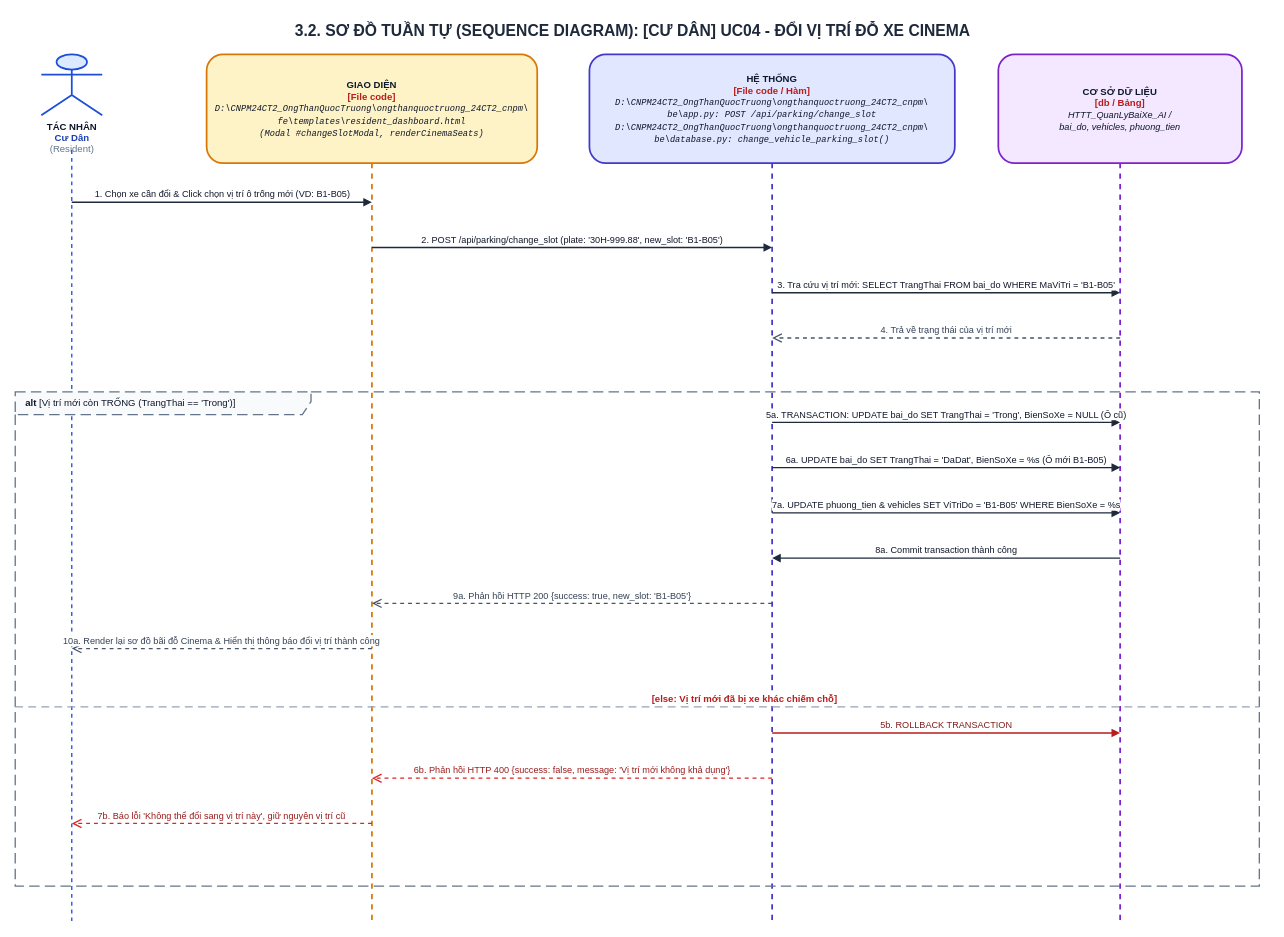
Earlier version of the draw.io diagram ongthanquoctruong_24CT2_cnpm/docs/drawio/uc04_resident_change_slot.drawio (Truong027/CNPM24). Source tidied: cells renumbered, new cells numbered last; positions are measured from the earlier drawing's top-left corner, leaving out a move shared by most shapes. Both pictures are drawn from the tidied source at 87%, with x=0, y=0 at pixel (15, 15).
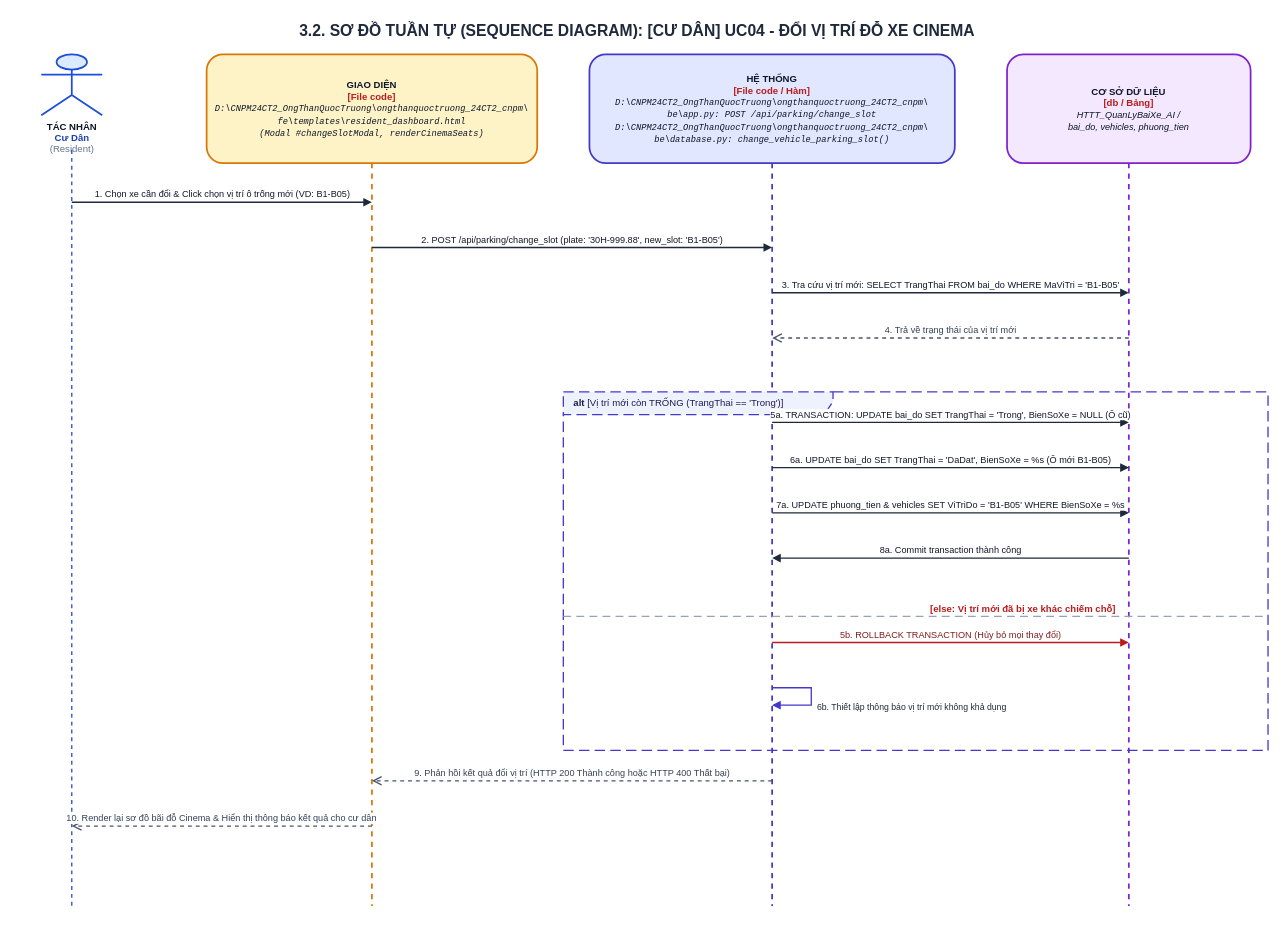
The same diagram, later.

What changed in the source:
```diff
@@
     <mxCell id="2" value="&lt;b&gt;3.2. SƠ ĐỒ TUẦN TỰ (SEQUENCE DIAGRAM): [CƯ DÂN] UC04 - ĐỔI VỊ TRÍ ĐỖ XE CINEMA&lt;/b&gt;" style="text;html=1;strokeColor=none;fillColor=none;align=center;verticalAlign=middle;whiteSpace=wrap;rounded=0;fontSize=18;fontColor=#1E293B;fontStyle=1;" parent="1" vertex="1">
-      <mxGeometry width="1420" height="35" as="geometry" />
+      <mxGeometry width="1430" height="35" as="geometry" />
     </mxCell>
@@
     <mxCell id="4" style="endArrow=none;dashed=1;html=1;strokeWidth=1.5;strokeColor=#1D4ED8;" parent="1" edge="1">
       <mxGeometry relative="1" as="geometry">
         <mxPoint x="65" y="155" as="sourcePoint" />
-        <mxPoint x="65" y="1041" as="targetPoint" />
+        <mxPoint x="65" y="1024" as="targetPoint" />
       </mxGeometry>
     </mxCell>
     <mxCell id="5" value="&lt;b&gt;GIAO DIỆN&lt;/b&gt;&lt;br/&gt;&lt;font color='#B91C1C'&gt;&lt;b&gt;[File code]&lt;/b&gt;&lt;/font&gt;&lt;br/&gt;&lt;font style='font-size: 10px; font-family: Consolas, monospace;'&gt;&lt;i&gt;D:\CNPM24CT2_OngThanQuocTruong\ongthanquoctruong_24CT2_cnpm\&lt;br/&gt;fe\templates\resident_dashboard.html&lt;br/&gt;(Modal #changeSlotModal, renderCinemaSeats)&lt;/i&gt;&lt;/font&gt;" style="shape=umlLifeline;perimeter=lifelinePerimeter;whiteSpace=wrap;html=1;size=125;fillColor=#FEF3C7;strokeColor=#D97706;strokeWidth=2;fontColor=#0F172A;rounded=1;shadow=0;fontSize=11;align=center;" parent="1" vertex="1">
-      <mxGeometry x="220" y="45" width="380" height="996" as="geometry" />
+      <mxGeometry x="220" y="45" width="380" height="979" as="geometry" />
     </mxCell>
     <mxCell id="6" value="&lt;b&gt;HỆ THỐNG&lt;/b&gt;&lt;br/&gt;&lt;font color='#B91C1C'&gt;&lt;b&gt;[File code / Hàm]&lt;/b&gt;&lt;/font&gt;&lt;br/&gt;&lt;font style='font-size: 10px; font-family: Consolas, monospace;'&gt;&lt;i&gt;D:\CNPM24CT2_OngThanQuocTruong\ongthanquoctruong_24CT2_cnpm\&lt;br/&gt;be\app.py: POST /api/parking/change_slot&lt;br/&gt;D:\CNPM24CT2_OngThanQuocTruong\ongthanquoctruong_24CT2_cnpm\&lt;br/&gt;be\database.py: change_vehicle_parking_slot()&lt;/i&gt;&lt;/font&gt;" style="shape=umlLifeline;perimeter=lifelinePerimeter;whiteSpace=wrap;html=1;size=125;fillColor=#E0E7FF;strokeColor=#4338CA;strokeWidth=2;fontColor=#0F172A;rounded=1;shadow=0;fontSize=11;align=center;" parent="1" vertex="1">
-      <mxGeometry x="660" y="45" width="420" height="996" as="geometry" />
+      <mxGeometry x="660" y="45" width="420" height="979" as="geometry" />
     </mxCell>
     <mxCell id="7" value="&lt;b&gt;CƠ SỞ DỮ LIỆU&lt;/b&gt;&lt;br/&gt;&lt;font color='#B91C1C'&gt;&lt;b&gt;[db / Bảng]&lt;/b&gt;&lt;/font&gt;&lt;br/&gt;&lt;font style='font-size: 10.5px;'&gt;&lt;i&gt;HTTT_QuanLyBaiXe_AI /&lt;br/&gt;bai_do, vehicles, phuong_tien&lt;/i&gt;&lt;/font&gt;" style="shape=umlLifeline;perimeter=lifelinePerimeter;whiteSpace=wrap;html=1;size=125;fillColor=#F3E8FF;strokeColor=#7E22CE;strokeWidth=2;fontColor=#0F172A;rounded=1;shadow=0;fontSize=11;align=center;" parent="1" vertex="1">
-      <mxGeometry x="1130" y="45" width="280" height="996" as="geometry" />
+      <mxGeometry x="1140" y="45" width="280" height="979" as="geometry" />
     </mxCell>
@@
     <mxCell id="10" value="3. Tra cứu vị trí mới: SELECT TrangThai FROM bai_do WHERE MaViTri = 'B1-B05'" style="html=1;verticalAlign=bottom;endArrow=block;rounded=0;strokeColor=#1E293B;strokeWidth=1.5;fontColor=#0F172A;fontSize=10.5;" parent="1" edge="1">
       <mxGeometry relative="1" as="geometry">
         <mxPoint x="870" y="319" as="sourcePoint" />
-        <mxPoint x="1270" y="319" as="targetPoint" />
+        <mxPoint x="1280" y="319" as="targetPoint" />
       </mxGeometry>
     </mxCell>
     <mxCell id="11" value="4. Trả về trạng thái của vị trí mới" style="html=1;verticalAlign=bottom;endArrow=open;dashed=1;endSize=8;rounded=0;strokeColor=#475569;strokeWidth=1.5;fontColor=#334155;fontSize=10.5;" parent="1" edge="1">
       <mxGeometry relative="1" as="geometry">
-        <mxPoint x="1270" y="371" as="sourcePoint" />
+        <mxPoint x="1280" y="371" as="sourcePoint" />
         <mxPoint x="870" y="371" as="targetPoint" />
       </mxGeometry>
     </mxCell>
-    <mxCell id="12" value="&lt;b&gt;alt&lt;/b&gt; [Vị trí mới còn TRỐNG (TrangThai == 'Trong')]" style="shape=umlFrame;whiteSpace=wrap;html=1;width=340;height=26;dashed=1;dashPattern=8 4;strokeColor=#64748B;fillColor=#F8FAFC;strokeWidth=1.5;align=left;spacingLeft=10;verticalAlign=top;fontStyle=0;fontSize=11;fontColor=#0F172A;" parent="1" vertex="1">
-      <mxGeometry y="433" width="1430" height="568" as="geometry" />
+    <mxCell id="12" value="&lt;b&gt;alt&lt;/b&gt; [Vị trí mới còn TRỐNG (TrangThai == 'Trong')]" style="shape=umlFrame;whiteSpace=wrap;html=1;width=310;height=26;dashed=1;dashPattern=8 4;strokeColor=#4338CA;fillColor=#EEF2FF;strokeWidth=1.5;align=left;spacingLeft=10;verticalAlign=top;fontStyle=0;fontSize=11;fontColor=#1E1B4B;" parent="1" vertex="1">
+      <mxGeometry x="630" y="433" width="810" height="412" as="geometry" />
     </mxCell>
     <mxCell id="13" value="5a. TRANSACTION: UPDATE bai_do SET TrangThai = 'Trong', BienSoXe = NULL (Ô cũ)" style="html=1;verticalAlign=bottom;endArrow=block;rounded=0;strokeColor=#1E293B;strokeWidth=1.5;fontColor=#0F172A;fontSize=10.5;" parent="1" edge="1">
       <mxGeometry relative="1" as="geometry">
         <mxPoint x="870" y="468" as="sourcePoint" />
-        <mxPoint x="1270" y="468" as="targetPoint" />
+        <mxPoint x="1280" y="468" as="targetPoint" />
       </mxGeometry>
     </mxCell>
     <mxCell id="14" value="6a. UPDATE bai_do SET TrangThai = 'DaDat', BienSoXe = %s (Ô mới B1-B05)" style="html=1;verticalAlign=bottom;endArrow=block;rounded=0;strokeColor=#1E293B;strokeWidth=1.5;fontColor=#0F172A;fontSize=10.5;" parent="1" edge="1">
       <mxGeometry relative="1" as="geometry">
         <mxPoint x="870" y="520" as="sourcePoint" />
-        <mxPoint x="1270" y="520" as="targetPoint" />
+        <mxPoint x="1280" y="520" as="targetPoint" />
       </mxGeometry>
     </mxCell>
     <mxCell id="15" value="7a. UPDATE phuong_tien &amp; vehicles SET ViTriDo = 'B1-B05' WHERE BienSoXe = %s" style="html=1;verticalAlign=bottom;endArrow=block;rounded=0;strokeColor=#1E293B;strokeWidth=1.5;fontColor=#0F172A;fontSize=10.5;" parent="1" edge="1">
       <mxGeometry relative="1" as="geometry">
         <mxPoint x="870" y="572" as="sourcePoint" />
-        <mxPoint x="1270" y="572" as="targetPoint" />
+        <mxPoint x="1280" y="572" as="targetPoint" />
       </mxGeometry>
     </mxCell>
     <mxCell id="16" value="8a. Commit transaction thành công" style="html=1;verticalAlign=bottom;endArrow=block;rounded=0;strokeColor=#1E293B;strokeWidth=1.5;fontColor=#0F172A;fontSize=10.5;" parent="1" edge="1">
       <mxGeometry relative="1" as="geometry">
-        <mxPoint x="1270" y="624" as="sourcePoint" />
+        <mxPoint x="1280" y="624" as="sourcePoint" />
         <mxPoint x="870" y="624" as="targetPoint" />
       </mxGeometry>
     </mxCell>
-    <mxCell id="17" value="9a. Phản hồi HTTP 200 {success: true, new_slot: 'B1-B05'}" style="html=1;verticalAlign=bottom;endArrow=open;dashed=1;endSize=8;rounded=0;strokeColor=#475569;strokeWidth=1.5;fontColor=#334155;fontSize=10.5;" parent="1" edge="1">
-      <mxGeometry relative="1" as="geometry">
-        <mxPoint x="870" y="676" as="sourcePoint" />
-        <mxPoint x="410" y="676" as="targetPoint" />
-      </mxGeometry>
-    </mxCell>
-    <mxCell id="18" value="10a. Render lại sơ đồ bãi đỗ Cinema &amp; Hiển thị thông báo đổi vị trí thành công" style="html=1;verticalAlign=bottom;endArrow=open;dashed=1;endSize=8;rounded=0;strokeColor=#475569;strokeWidth=1.5;fontColor=#334155;fontSize=10.5;" parent="1" edge="1">
-      <mxGeometry relative="1" as="geometry">
-        <mxPoint x="410" y="728" as="sourcePoint" />
-        <mxPoint x="65" y="728" as="targetPoint" />
-      </mxGeometry>
-    </mxCell>
     <mxCell id="19" value="&lt;b&gt;[else: Vị trí mới đã bị xe khác chiếm chỗ]&lt;/b&gt;" style="html=1;strokeWidth=1.5;strokeColor=#94A3B8;dashed=1;dashPattern=6 4;endArrow=none;align=left;verticalAlign=bottom;spacingLeft=15;fontColor=#B91C1C;fontSize=11;fontStyle=0;" parent="1" edge="1">
       <mxGeometry relative="1" as="geometry">
-        <mxPoint y="795" as="sourcePoint" />
-        <mxPoint x="1430" y="795" as="targetPoint" />
+        <mxPoint x="630" y="691" as="sourcePoint" />
+        <mxPoint x="1440" y="691" as="targetPoint" />
       </mxGeometry>
     </mxCell>
-    <mxCell id="20" value="5b. ROLLBACK TRANSACTION" style="html=1;verticalAlign=bottom;endArrow=block;rounded=0;strokeColor=#B91C1C;strokeWidth=1.5;fontColor=#7F1D1D;fontSize=10.5;" parent="1" edge="1">
+    <mxCell id="20" value="5b. ROLLBACK TRANSACTION (Hủy bỏ mọi thay đổi)" style="html=1;verticalAlign=bottom;endArrow=block;rounded=0;strokeColor=#B91C1C;strokeWidth=1.5;fontColor=#7F1D1D;fontSize=10.5;" parent="1" edge="1">
       <mxGeometry relative="1" as="geometry">
-        <mxPoint x="870" y="825" as="sourcePoint" />
-        <mxPoint x="1270" y="825" as="targetPoint" />
+        <mxPoint x="870" y="721" as="sourcePoint" />
+        <mxPoint x="1280" y="721" as="targetPoint" />
       </mxGeometry>
     </mxCell>
-    <mxCell id="21" value="6b. Phản hồi HTTP 400 {success: false, message: 'Vị trí mới không khả dụng'}" style="html=1;verticalAlign=bottom;endArrow=open;dashed=1;endSize=8;rounded=0;strokeColor=#DC2626;strokeWidth=1.5;fontColor=#991B1B;fontSize=10.5;" parent="1" edge="1">
+    <mxCell id="21" value="6b. Thiết lập thông báo vị trí mới không khả dụng" style="html=1;align=left;spacingLeft=5;verticalAlign=top;endArrow=block;rounded=0;edgeStyle=orthogonalEdgeStyle;curved=0;strokeColor=#4338CA;strokeWidth=1.5;fontColor=#1E293B;fontSize=10;" parent="1" edge="1">
       <mxGeometry relative="1" as="geometry">
-        <mxPoint x="870" y="877" as="sourcePoint" />
-        <mxPoint x="410" y="877" as="targetPoint" />
+        <mxPoint x="870" y="773" as="sourcePoint" />
+        <mxPoint x="870" y="793" as="targetPoint" />
+        <Array as="points">
+          <mxPoint x="915" y="773" />
+          <mxPoint x="915" y="793" />
+        </Array>
       </mxGeometry>
     </mxCell>
-    <mxCell id="22" value="7b. Báo lỗi 'Không thể đổi sang vị trí này', giữ nguyên vị trí cũ" style="html=1;verticalAlign=bottom;endArrow=open;dashed=1;endSize=8;rounded=0;strokeColor=#DC2626;strokeWidth=1.5;fontColor=#991B1B;fontSize=10.5;" parent="1" edge="1">
-      <mxGeometry relative="1" as="geometry">
-        <mxPoint x="410" y="929" as="sourcePoint" />
-        <mxPoint x="65" y="929" as="targetPoint" />
-      </mxGeometry>
-    </mxCell>
+    <mxCell id="23" value="9. Phản hồi kết quả đổi vị trí (HTTP 200 Thành công hoặc HTTP 400 Thất bại)" style="html=1;verticalAlign=bottom;endArrow=open;dashed=1;endSize=8;rounded=0;strokeColor=#475569;strokeWidth=1.5;fontColor=#334155;fontSize=10.5;" parent="1" edge="1">
+      <mxGeometry relative="1" as="geometry">
+        <mxPoint x="870" y="880" as="sourcePoint" />
+        <mxPoint x="410" y="880" as="targetPoint" />
+      </mxGeometry>
+    </mxCell>
+    <mxCell id="24" value="10. Render lại sơ đồ bãi đỗ Cinema &amp; Hiển thị thông báo kết quả cho cư dân" style="html=1;verticalAlign=bottom;endArrow=open;dashed=1;endSize=8;rounded=0;strokeColor=#475569;strokeWidth=1.5;fontColor=#334155;fontSize=10.5;" parent="1" edge="1">
+      <mxGeometry relative="1" as="geometry">
+        <mxPoint x="410" y="932" as="sourcePoint" />
+        <mxPoint x="65" y="932" as="targetPoint" />
+      </mxGeometry>
+    </mxCell>
```
